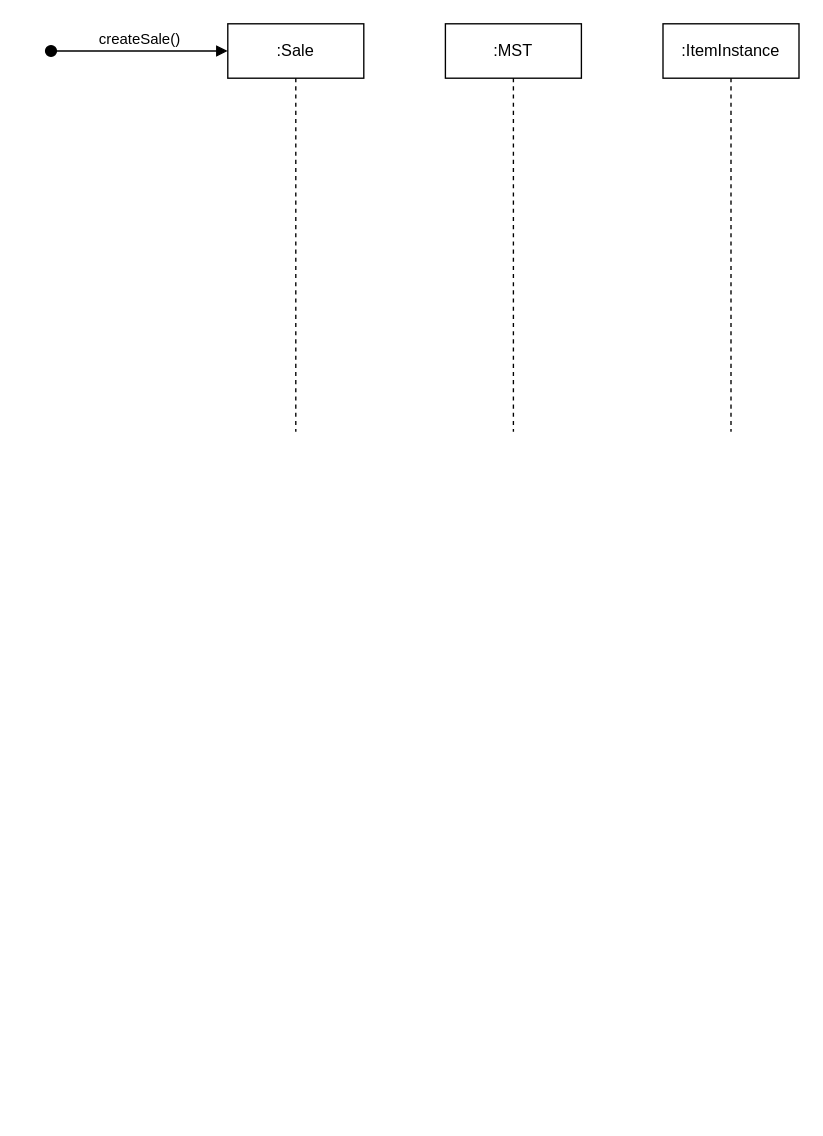
Before: page "Page-3" (3 of 3) of workshop5-week6.drawio in antonykimuom/SWEN30006-2025-SM1-workshop1-tuew05-14-00-team-12, a draw.io diagram. Source tidied: cells renumbered, new cells numbered last; positions are measured from the earlier drawing's top-left corner, leaving out a move shared by most shapes. Both pictures are drawn from the tidied source at 136%, with x=0, y=0 at pixel (50, 23).
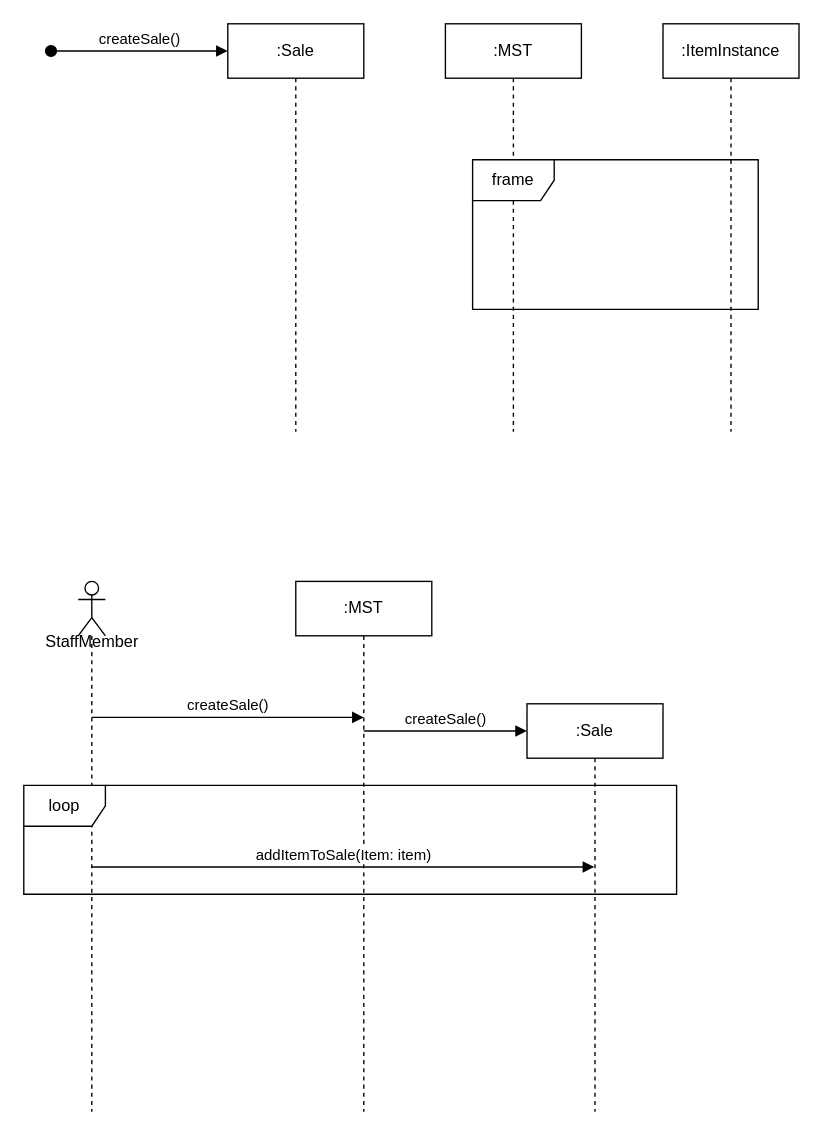
The same page after the edit.

Commit message:
added more to dequence diagarm

Change to the diagram source:
```diff
@@
 <mxGraphModel>
   <root>
     <mxCell id="0" />
     <mxCell id="1" parent="0" />
     <mxCell id="2" value=":Sale" style="shape=umlLifeline;perimeter=lifelinePerimeter;whiteSpace=wrap;html=1;newEdgeStyle={&quot;curved&quot;:0,&quot;rounded&quot;:0};" parent="1" vertex="1">
       <mxGeometry x="130" width="100" height="300" as="geometry" />
     </mxCell>
     <mxCell id="3" value="createSale()" style="html=1;verticalAlign=bottom;startArrow=oval;startFill=1;endArrow=block;startSize=8;curved=0;rounded=0;" parent="1" edge="1">
       <mxGeometry relative="1" as="geometry">
         <mxPoint y="20" as="sourcePoint" />
         <mxPoint x="130" y="20" as="targetPoint" />
       </mxGeometry>
     </mxCell>
     <mxCell id="4" value=":ItemInstance" style="shape=umlLifeline;perimeter=lifelinePerimeter;whiteSpace=wrap;html=1;newEdgeStyle={&quot;curved&quot;:0,&quot;rounded&quot;:0};" parent="1" vertex="1">
       <mxGeometry x="450" width="100" height="300" as="geometry" />
     </mxCell>
     <mxCell id="5" value=":MST" style="shape=umlLifeline;perimeter=lifelinePerimeter;whiteSpace=wrap;html=1;newEdgeStyle={&quot;curved&quot;:0,&quot;rounded&quot;:0};" parent="1" vertex="1">
       <mxGeometry x="290" width="100" height="300" as="geometry" />
     </mxCell>
+    <mxCell id="6" value="frame" style="shape=umlFrame;whiteSpace=wrap;html=1;" parent="1" vertex="1">
+      <mxGeometry x="310" y="100" width="210" height="110" as="geometry" />
+    </mxCell>
+    <mxCell id="7" style="shape=umlLifeline;perimeter=lifelinePerimeter;whiteSpace=wrap;html=1;newEdgeStyle={&quot;curved&quot;:0,&quot;rounded&quot;:0};participant=umlActor;" parent="1" vertex="1">
+      <mxGeometry x="20" y="410" width="20" height="390" as="geometry" />
+    </mxCell>
+    <mxCell id="8" value="StaffMember" style="text;html=1;align=center;verticalAlign=middle;strokeColor=none;fillColor=none;" parent="1" vertex="1">
+      <mxGeometry x="-15" y="440" width="90" height="30" as="geometry" />
+    </mxCell>
+    <mxCell id="9" value="createSale()" style="html=1;verticalAlign=bottom;endArrow=block;curved=0;rounded=0;" parent="1" edge="1">
+      <mxGeometry relative="1" as="geometry">
+        <mxPoint x="30" y="510" as="sourcePoint" />
+        <mxPoint x="230" y="510" as="targetPoint" />
+      </mxGeometry>
+    </mxCell>
+    <mxCell id="10" value=":MST" style="shape=umlLifeline;perimeter=lifelinePerimeter;whiteSpace=wrap;html=1;newEdgeStyle={&quot;curved&quot;:0,&quot;rounded&quot;:0};" parent="1" vertex="1">
+      <mxGeometry x="180" y="410" width="100" height="390" as="geometry" />
+    </mxCell>
+    <mxCell id="11" value=":Sale" style="shape=umlLifeline;perimeter=lifelinePerimeter;whiteSpace=wrap;html=1;outlineConnect=0;portConstraint=eastwest;newEdgeStyle={&quot;curved&quot;:0,&quot;rounded&quot;:0};" parent="1" vertex="1">
+      <mxGeometry x="350" y="500" width="100" height="300" as="geometry" />
+    </mxCell>
+    <mxCell id="12" value="createSale()" style="html=1;verticalAlign=bottom;endArrow=block;curved=0;rounded=0;" parent="1" edge="1">
+      <mxGeometry relative="1" as="geometry">
+        <mxPoint x="230" y="520" as="sourcePoint" />
+        <mxPoint x="350" y="520" as="targetPoint" />
+      </mxGeometry>
+    </mxCell>
+    <mxCell id="13" value="addItemToSale(Item: item)" style="html=1;verticalAlign=bottom;endArrow=block;curved=0;rounded=0;" parent="1" edge="1" target="11">
+      <mxGeometry relative="1" as="geometry">
+        <mxPoint x="30" y="620" as="sourcePoint" />
+      </mxGeometry>
+    </mxCell>
+    <mxCell id="14" value="loop" style="shape=umlFrame;whiteSpace=wrap;html=1;" parent="1" vertex="1">
+      <mxGeometry x="-20" y="560" width="480" height="80" as="geometry" />
+    </mxCell>
   </root>
 </mxGraphModel>
```
